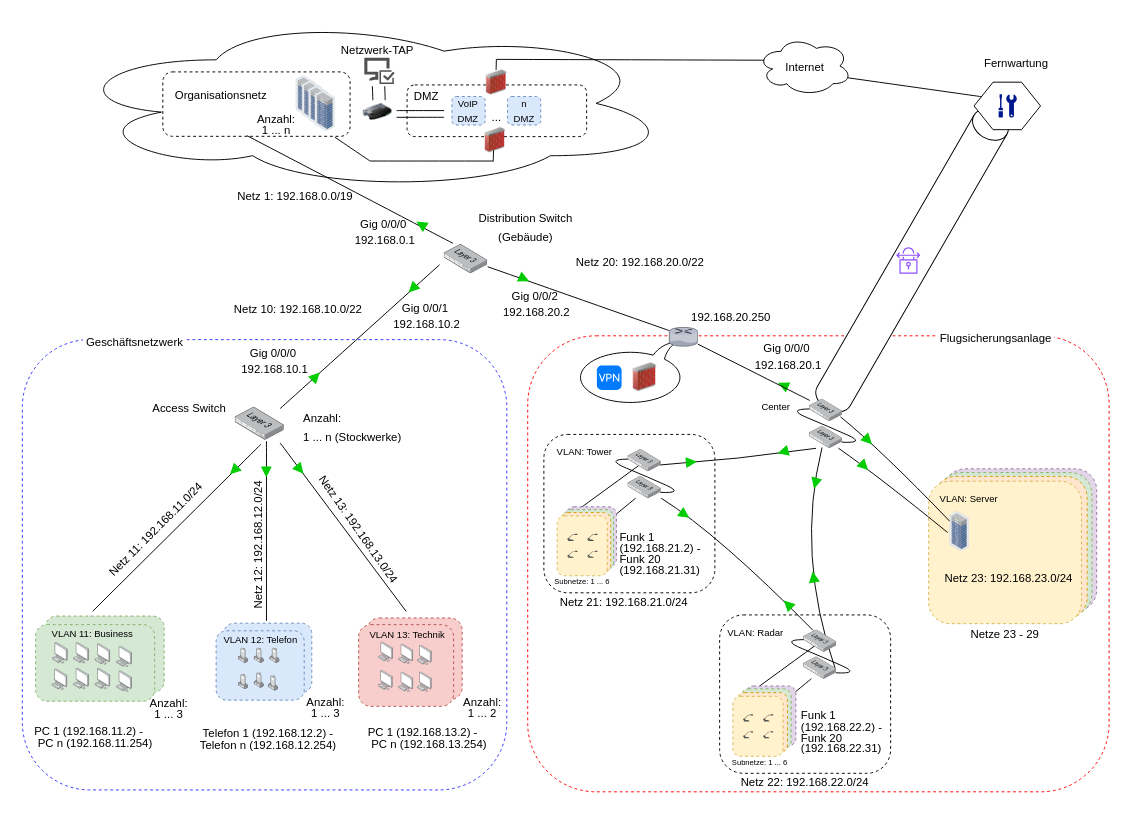
The draw.io diagram Logische Netzwerktopologie.drawio in meetSeb/Computer-Network, before the edit. Source tidied: cells renumbered, new cells numbered last; positions are measured from the earlier drawing's top-left corner, leaving out a move shared by most shapes. Both pictures are drawn from the tidied source at 95%, with x=0, y=0 at pixel (16, 16).
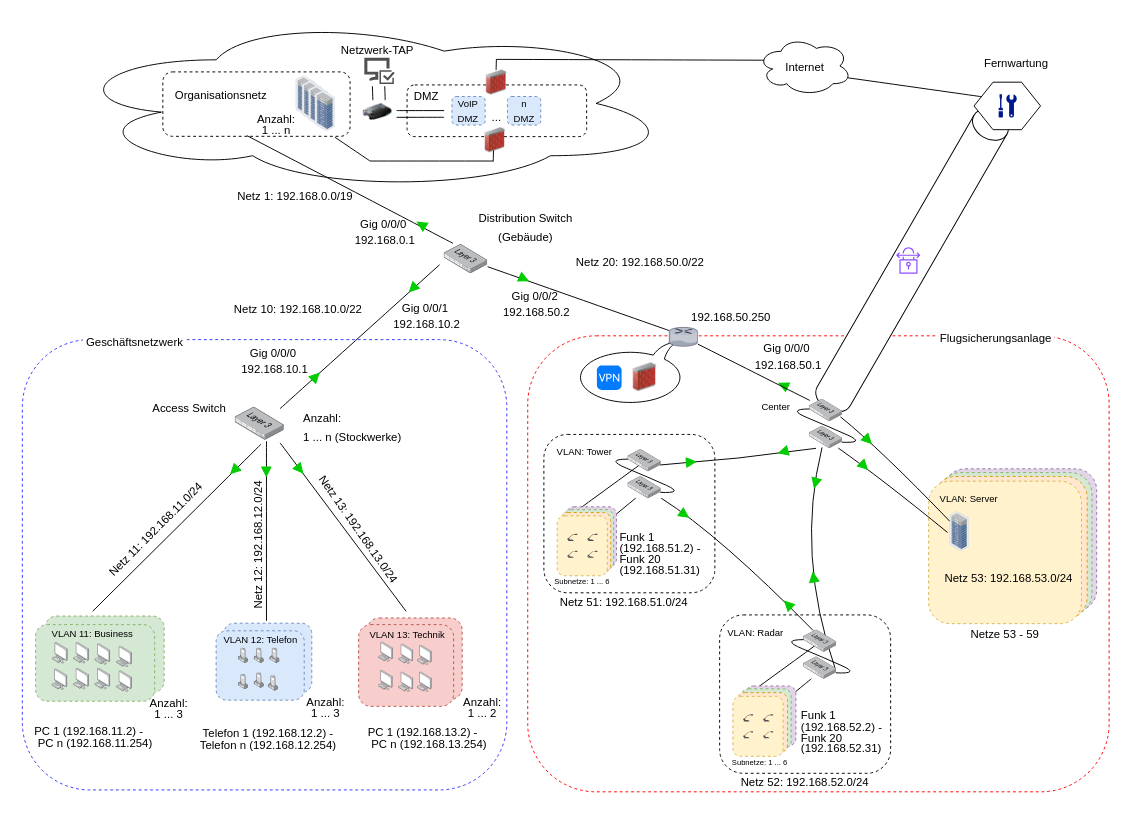
Above is the later version.

The change refers to these unchanged cells:
```xml
<mxCell id="58" style="group;" parent="1" vertex="1">
  <mxGeometry x="100" y="21" width="779" height="249.2" as="geometry" />
</mxCell>
<mxCell id="141" style="group;" parent="1" vertex="1">
  <mxGeometry x="740" y="626" width="225.8" height="170.5" as="geometry" />
</mxCell>
<mxCell id="168" style="group;" parent="1" vertex="1">
  <mxGeometry x="960" y="476" width="176.9" height="186.1" as="geometry" />
</mxCell>
```

What changed in the source:
```diff
@@
-    <mxCell id="4" value="&lt;p style=&quot;line-height: 60%;&quot;&gt;&lt;font style=&quot;font-size: 12px;&quot;&gt;Netz 22: 192.168.22.0/24&lt;/font&gt;&lt;/p&gt;" style="text;strokeColor=none;fillColor=none;html=1;align=center;verticalAlign=middle;whiteSpace=wrap;rounded=0;fontSize=16;rotation=0;" parent="1" vertex="1">
+    <mxCell id="4" value="&lt;p style=&quot;line-height: 60%;&quot;&gt;&lt;font style=&quot;font-size: 12px;&quot;&gt;Netz 52: 192.168.52.0/24&lt;/font&gt;&lt;/p&gt;" style="text;strokeColor=none;fillColor=none;html=1;align=center;verticalAlign=middle;whiteSpace=wrap;rounded=0;fontSize=16;rotation=0;" parent="1" vertex="1">
       <mxGeometry x="752.3" y="800.5" width="155.7" height="9.5" as="geometry" />
     </mxCell>
@@
-    <mxCell id="86" value="&lt;p style=&quot;line-height: 60%;&quot;&gt;&lt;font style=&quot;font-size: 12px;&quot;&gt;Netz 20: 192.168.20.0/22&lt;/font&gt;&lt;/p&gt;" style="text;strokeColor=none;fillColor=none;html=1;align=center;verticalAlign=middle;whiteSpace=wrap;rounded=0;fontSize=16;rotation=0;" parent="58" vertex="1">
+    <mxCell id="86" value="&lt;p style=&quot;line-height: 60%;&quot;&gt;&lt;font style=&quot;font-size: 12px;&quot;&gt;Netz 20: 192.168.50.0/22&lt;/font&gt;&lt;/p&gt;" style="text;strokeColor=none;fillColor=none;html=1;align=center;verticalAlign=middle;whiteSpace=wrap;rounded=0;fontSize=16;rotation=0;" parent="58" vertex="1">
       <mxGeometry x="480" y="225.1" width="153.3" height="24.1" as="geometry" />
     </mxCell>
@@
-    <mxCell id="140" value="&lt;p style=&quot;line-height: 60%;&quot;&gt;&lt;font style=&quot;font-size: 12px;&quot;&gt;Netz 21: 192.168.21.0/24&lt;/font&gt;&lt;/p&gt;" style="text;strokeColor=none;fillColor=none;html=1;align=center;verticalAlign=middle;whiteSpace=wrap;rounded=0;fontSize=16;rotation=0;" parent="1" vertex="1">
+    <mxCell id="140" value="&lt;p style=&quot;line-height: 60%;&quot;&gt;&lt;font style=&quot;font-size: 12px;&quot;&gt;Netz 51: 192.168.51.0/24&lt;/font&gt;&lt;/p&gt;" style="text;strokeColor=none;fillColor=none;html=1;align=center;verticalAlign=middle;whiteSpace=wrap;rounded=0;fontSize=16;rotation=0;" parent="1" vertex="1">
       <mxGeometry x="562.9" y="603.9" width="153.3" height="24.1" as="geometry" />
     </mxCell>
@@
-    <mxCell id="161" value="&lt;p style=&quot;line-height: 60%;&quot;&gt;&lt;font style=&quot;font-size: 12px;&quot;&gt;Funk 1 (&lt;/font&gt;&lt;span style=&quot;font-size: 12px;&quot;&gt;192.168.22.2)&amp;nbsp;&lt;/span&gt;&lt;span style=&quot;font-size: 12px;&quot;&gt;- &amp;nbsp; &amp;nbsp; Funk 20 (&lt;/span&gt;&lt;span style=&quot;font-size: 12px;&quot;&gt;192.168.22.31)&lt;/span&gt;&lt;/p&gt;" style="text;strokeColor=none;fillColor=none;html=1;align=left;verticalAlign=middle;whiteSpace=wrap;rounded=0;fontSize=16;rotation=0;" parent="141" vertex="1">
+    <mxCell id="161" value="&lt;p style=&quot;line-height: 60%;&quot;&gt;&lt;font style=&quot;font-size: 12px;&quot;&gt;Funk 1 (&lt;/font&gt;&lt;span style=&quot;font-size: 12px;&quot;&gt;192.168.52.2)&amp;nbsp;&lt;/span&gt;&lt;span style=&quot;font-size: 12px;&quot;&gt;- &amp;nbsp; &amp;nbsp; Funk 20 (&lt;/span&gt;&lt;span style=&quot;font-size: 12px;&quot;&gt;192.168.52.31)&lt;/span&gt;&lt;/p&gt;" style="text;strokeColor=none;fillColor=none;html=1;align=left;verticalAlign=middle;whiteSpace=wrap;rounded=0;fontSize=16;rotation=0;" parent="141" vertex="1">
       <mxGeometry x="84.3" y="103.6" width="112.7" height="46.7" as="geometry" />
     </mxCell>
-    <mxCell id="162" value="&lt;p style=&quot;line-height: 60%;&quot;&gt;&lt;font style=&quot;font-size: 12px;&quot;&gt;Funk 1 (&lt;/font&gt;&lt;span style=&quot;font-size: 12px;&quot;&gt;192.168.21.2)&amp;nbsp;&lt;/span&gt;&lt;span style=&quot;font-size: 12px;&quot;&gt;- &amp;nbsp; &amp;nbsp; Funk 20 (&lt;/span&gt;&lt;span style=&quot;font-size: 12px;&quot;&gt;192.168.21.31)&lt;/span&gt;&lt;/p&gt;" style="text;strokeColor=none;fillColor=none;html=1;align=left;verticalAlign=middle;whiteSpace=wrap;rounded=0;fontSize=16;rotation=0;" parent="1" vertex="1">
+    <mxCell id="162" value="&lt;p style=&quot;line-height: 60%;&quot;&gt;&lt;font style=&quot;font-size: 12px;&quot;&gt;Funk 1 (&lt;/font&gt;&lt;span style=&quot;font-size: 12px;&quot;&gt;192.168.51.2)&amp;nbsp;&lt;/span&gt;&lt;span style=&quot;font-size: 12px;&quot;&gt;- &amp;nbsp; &amp;nbsp; Funk 20 (&lt;/span&gt;&lt;span style=&quot;font-size: 12px;&quot;&gt;192.168.51.31)&lt;/span&gt;&lt;/p&gt;" style="text;strokeColor=none;fillColor=none;html=1;align=left;verticalAlign=middle;whiteSpace=wrap;rounded=0;fontSize=16;rotation=0;" parent="1" vertex="1">
       <mxGeometry x="633.4" y="541.9" width="112.7" height="46.7" as="geometry" />
     </mxCell>
@@
-    <mxCell id="165" value="&lt;p style=&quot;line-height: 0%;&quot;&gt;&lt;font style=&quot;font-size: 12px;&quot;&gt;Gig 0/0/2&amp;nbsp;&lt;/font&gt;&lt;/p&gt;&lt;p style=&quot;line-height: 0%;&quot;&gt;&lt;span style=&quot;font-size: 12px;&quot;&gt;192.168.20.2&lt;/span&gt;&lt;/p&gt;" style="text;strokeColor=none;fillColor=none;html=1;align=center;verticalAlign=middle;whiteSpace=wrap;rounded=0;fontSize=16;rotation=0;" parent="1" vertex="1">
+    <mxCell id="165" value="&lt;p style=&quot;line-height: 0%;&quot;&gt;&lt;font style=&quot;font-size: 12px;&quot;&gt;Gig 0/0/2&amp;nbsp;&lt;/font&gt;&lt;/p&gt;&lt;p style=&quot;line-height: 0%;&quot;&gt;&lt;span style=&quot;font-size: 12px;&quot;&gt;192.168.50.2&lt;/span&gt;&lt;/p&gt;" style="text;strokeColor=none;fillColor=none;html=1;align=center;verticalAlign=middle;whiteSpace=wrap;rounded=0;fontSize=16;rotation=0;" parent="1" vertex="1">
       <mxGeometry x="500" y="284.1" width="94.9" height="35" as="geometry" />
     </mxCell>
@@
-    <mxCell id="167" value="&lt;p style=&quot;line-height: 0%;&quot;&gt;&lt;font style=&quot;font-size: 12px;&quot;&gt;Gig 0/0/0&amp;nbsp;&lt;/font&gt;&lt;/p&gt;&lt;p style=&quot;line-height: 0%;&quot;&gt;&lt;span style=&quot;font-size: 12px;&quot;&gt;192.168.20.1&lt;/span&gt;&lt;/p&gt;" style="text;strokeColor=none;fillColor=none;html=1;align=center;verticalAlign=middle;whiteSpace=wrap;rounded=0;fontSize=16;rotation=0;" parent="1" vertex="1">
+    <mxCell id="167" value="&lt;p style=&quot;line-height: 0%;&quot;&gt;&lt;font style=&quot;font-size: 12px;&quot;&gt;Gig 0/0/0&amp;nbsp;&lt;/font&gt;&lt;/p&gt;&lt;p style=&quot;line-height: 0%;&quot;&gt;&lt;span style=&quot;font-size: 12px;&quot;&gt;192.168.50.1&lt;/span&gt;&lt;/p&gt;" style="text;strokeColor=none;fillColor=none;html=1;align=center;verticalAlign=middle;whiteSpace=wrap;rounded=0;fontSize=16;rotation=0;" parent="1" vertex="1">
       <mxGeometry x="765.3" y="339" width="94.9" height="35" as="geometry" />
     </mxCell>
@@
-    <mxCell id="174" value="&lt;p style=&quot;line-height: 60%;&quot;&gt;&lt;font style=&quot;font-size: 12px;&quot;&gt;Netz 23: 192.168.23.0/24&lt;/font&gt;&lt;/p&gt;" style="text;strokeColor=none;fillColor=none;html=1;align=center;verticalAlign=middle;whiteSpace=wrap;rounded=0;fontSize=16;rotation=0;" parent="168" vertex="1">
+    <mxCell id="174" value="&lt;p style=&quot;line-height: 60%;&quot;&gt;&lt;font style=&quot;font-size: 12px;&quot;&gt;Netz 53: 192.168.53.0/24&lt;/font&gt;&lt;/p&gt;" style="text;strokeColor=none;fillColor=none;html=1;align=center;verticalAlign=middle;whiteSpace=wrap;rounded=0;fontSize=16;rotation=0;" parent="168" vertex="1">
       <mxGeometry x="7.6" y="102.5" width="153.3" height="24.1" as="geometry" />
     </mxCell>
@@
-    <mxCell id="176" value="&lt;p style=&quot;line-height: 60%;&quot;&gt;&lt;font style=&quot;font-size: 12px;&quot;&gt;Netze 23 - 29&lt;/font&gt;&lt;/p&gt;" style="text;strokeColor=none;fillColor=none;html=1;align=center;verticalAlign=middle;whiteSpace=wrap;rounded=0;fontSize=16;rotation=0;" parent="168" vertex="1">
+    <mxCell id="176" value="&lt;p style=&quot;line-height: 60%;&quot;&gt;&lt;font style=&quot;font-size: 12px;&quot;&gt;Netze 53 - 59&lt;/font&gt;&lt;/p&gt;" style="text;strokeColor=none;fillColor=none;html=1;align=center;verticalAlign=middle;whiteSpace=wrap;rounded=0;fontSize=16;rotation=0;" parent="168" vertex="1">
       <mxGeometry x="4" y="162" width="153.3" height="24.1" as="geometry" />
     </mxCell>
@@
-    <mxCell id="187" value="&lt;p style=&quot;line-height: 0%;&quot;&gt;&lt;font style=&quot;font-size: 12px;&quot;&gt;&amp;nbsp;&lt;/font&gt;&lt;span style=&quot;font-size: 12px;&quot;&gt;192.168.20.250&lt;/span&gt;&lt;/p&gt;" style="text;strokeColor=none;fillColor=none;html=1;align=center;verticalAlign=middle;whiteSpace=wrap;rounded=0;fontSize=16;rotation=0;" parent="1" vertex="1">
+    <mxCell id="187" value="&lt;p style=&quot;line-height: 0%;&quot;&gt;&lt;font style=&quot;font-size: 12px;&quot;&gt;&amp;nbsp;&lt;/font&gt;&lt;span style=&quot;font-size: 12px;&quot;&gt;192.168.50.250&lt;/span&gt;&lt;/p&gt;" style="text;strokeColor=none;fillColor=none;html=1;align=center;verticalAlign=middle;whiteSpace=wrap;rounded=0;fontSize=16;rotation=0;" parent="1" vertex="1">
       <mxGeometry x="703.1" y="298.9" width="94.9" height="35" as="geometry" />
     </mxCell>
```
